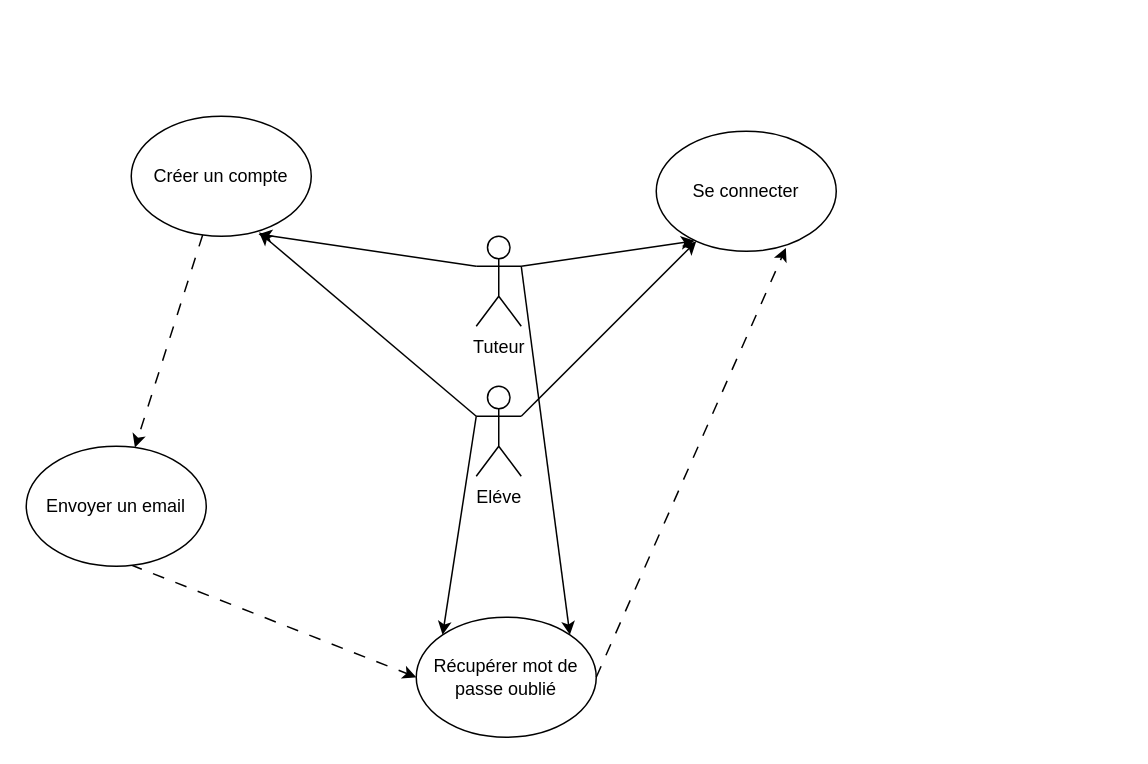
Above: page "Connexion" (2 of 6) of P10Uml.drawio in tetyanachouteau/P10LHome (draw.io), before the change. Source tidied: cells renumbered, new cells numbered last; positions are measured from the earlier drawing's top-left corner, leaving out a move shared by most shapes. Both pictures are drawn from the tidied source at 150%, with x=0, y=0 at pixel (26, 116).
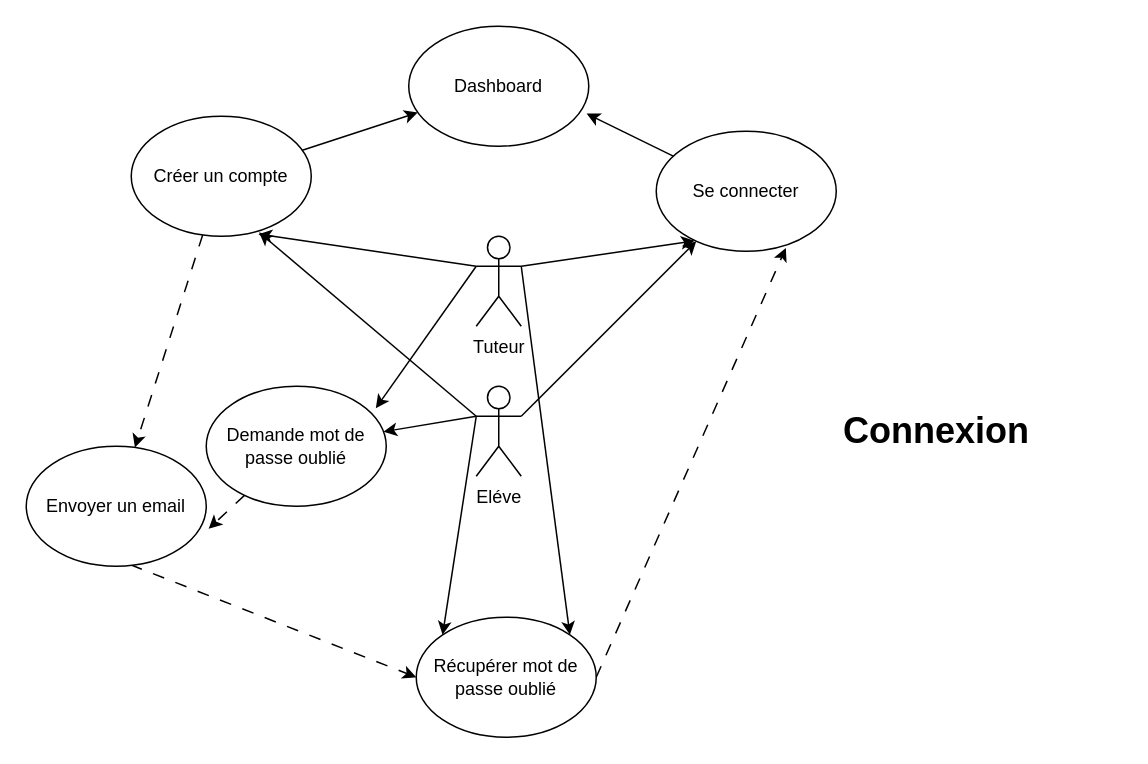
The same page after the edit.

Commit message:
Mettre à jour P10Uml.drawio

Unchanged cells that the change refers to:
```xml
<mxCell id="3" value="Tuteur" style="shape=umlActor;verticalLabelPosition=bottom;verticalAlign=top;html=1;outlineConnect=0;" parent="1" vertex="1">
  <mxGeometry x="300" y="80" width="30" height="60" as="geometry" />
</mxCell>
<mxCell id="7" value="Eléve" style="shape=umlActor;verticalLabelPosition=bottom;verticalAlign=top;html=1;outlineConnect=0;" parent="1" vertex="1">
  <mxGeometry x="300" y="180" width="30" height="60" as="geometry" />
</mxCell>
<mxCell id="8" value="Se connecter" style="ellipse;whiteSpace=wrap;html=1;" parent="1" vertex="1">
  <mxGeometry x="420" y="10" width="120" height="80" as="geometry" />
</mxCell>
<mxCell id="12" value="Créer un compte" style="ellipse;whiteSpace=wrap;html=1;" parent="1" vertex="1">
  <mxGeometry x="70" width="120" height="80" as="geometry" />
</mxCell>
<mxCell id="14" value="Envoyer un email" style="ellipse;whiteSpace=wrap;html=1;" parent="1" vertex="1">
  <mxGeometry y="220" width="120" height="80" as="geometry" />
</mxCell>
```

Diff of the diagram source:
```diff
@@
+    <mxCell id="17" style="edgeStyle=none;rounded=0;jettySize=auto;html=1;exitX=0;exitY=0.3333333333333333;exitDx=0;exitDy=0;exitPerimeter=0;entryX=0.942;entryY=0.183;entryDx=0;entryDy=0;entryPerimeter=0;" parent="1" edge="1" source="3" target="23">
+      <mxGeometry relative="1" as="geometry" />
+    </mxCell>
@@
+    <mxCell id="18" style="edgeStyle=none;rounded=0;jettySize=auto;html=1;exitX=0;exitY=0.3333333333333333;exitDx=0;exitDy=0;exitPerimeter=0;" parent="1" edge="1" source="7" target="23">
+      <mxGeometry relative="1" as="geometry" />
+    </mxCell>
@@
+    <mxCell id="19" style="edgeStyle=none;rounded=0;jettySize=auto;html=1;entryX=0.988;entryY=0.728;entryDx=0;entryDy=0;entryPerimeter=0;" parent="1" edge="1" source="8" target="21">
+      <mxGeometry relative="1" as="geometry" />
+    </mxCell>
@@
+    <mxCell id="20" style="edgeStyle=none;rounded=0;jettySize=auto;html=1;" parent="1" edge="1" source="12" target="21">
+      <mxGeometry relative="1" as="geometry" />
+    </mxCell>
@@
+    <mxCell id="21" value="Dashboard" style="ellipse;whiteSpace=wrap;html=1;" parent="1" vertex="1">
+      <mxGeometry x="255" y="-60" width="120" height="80" as="geometry" />
+    </mxCell>
+    <mxCell id="22" style="edgeStyle=none;rounded=0;jettySize=auto;html=1;entryX=1.013;entryY=0.688;entryDx=0;entryDy=0;entryPerimeter=0;dashed=1;dashPattern=8 8;" parent="1" edge="1" source="23" target="14">
+      <mxGeometry relative="1" as="geometry" />
+    </mxCell>
+    <mxCell id="23" value="Demande mot de passe oublié" style="ellipse;whiteSpace=wrap;html=1;" parent="1" vertex="1">
+      <mxGeometry x="120" y="180" width="120" height="80" as="geometry" />
+    </mxCell>
+    <mxCell id="24" value="&lt;h1&gt;Connexion&lt;/h1&gt;" style="text;html=1;strokeColor=none;fillColor=none;spacing=5;spacingTop=-20;whiteSpace=wrap;overflow=hidden;rounded=0;" parent="1" vertex="1">
+      <mxGeometry x="540" y="190" width="190" height="120" as="geometry" />
+    </mxCell>
```
